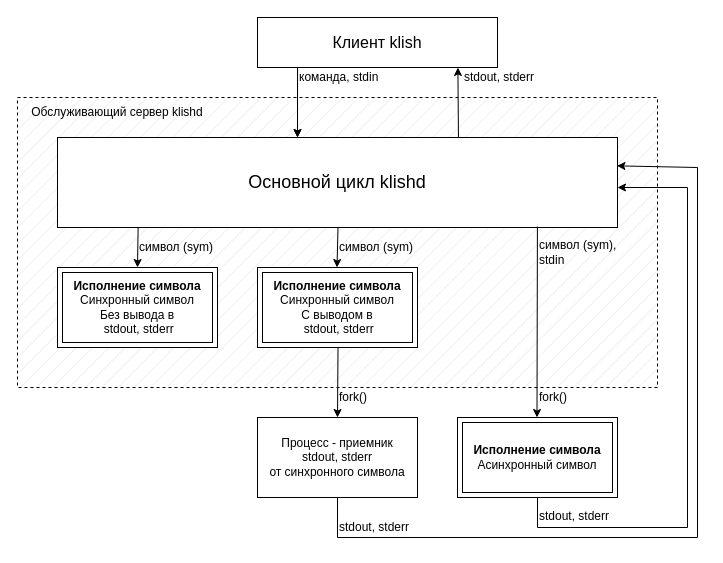
Above: docs/klish-exec.drawio in nawawi/klish (draw.io), before the change. Source tidied: cells renumbered, new cells numbered last; positions are measured from the earlier drawing's top-left corner, leaving out a move shared by most shapes. Both pictures are drawn from the tidied source at 100%, with x=0, y=0 at pixel (17, 17).
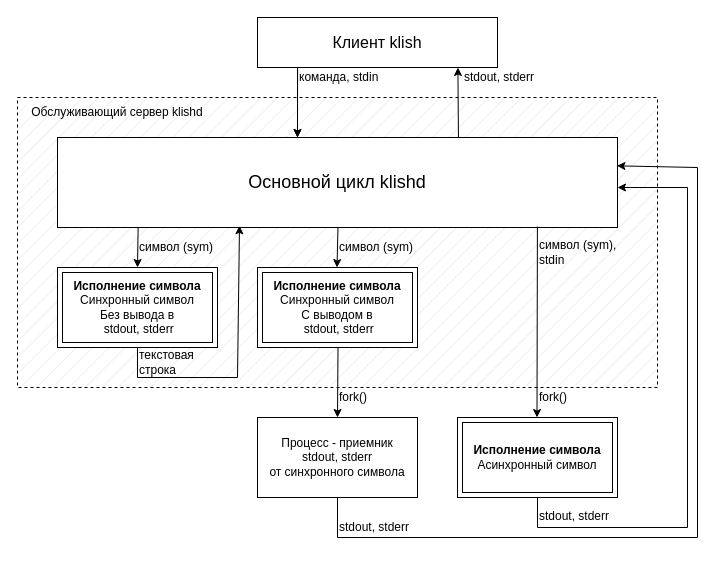
The same diagram, later.

Commit message (it also covers changes not shown here):
doc: Fix klish-exec picture

The change refers to these unchanged cells:
```xml
<mxCell id="4" value="&lt;font style=&quot;font-size: 18px;&quot;&gt;Основной цикл klishd&lt;/font&gt;" style="whiteSpace=wrap;html=1;align=center;" parent="1" vertex="1">
  <mxGeometry x="40" y="120" width="560" height="90" as="geometry" />
</mxCell>
<mxCell id="5" value="&lt;b&gt;Исполнение символа&lt;br&gt;&lt;/b&gt;Синхронный символ&lt;br&gt;Без вывода в&lt;br&gt;&amp;nbsp;stdout, stderr" style="shape=ext;margin=3;double=1;whiteSpace=wrap;html=1;align=center;" parent="1" vertex="1">
  <mxGeometry x="40" y="250" width="160" height="80" as="geometry" />
</mxCell>
```

The edit, as a diff of the source:
```diff
@@
+    <mxCell id="28" style="endArrow=classic;html=1;rounded=0;exitX=0.5;exitY=1;exitDx=0;exitDy=0;entryX=0.325;entryY=0.981;entryDx=0;entryDy=0;entryPerimeter=0;" parent="1" edge="1" source="5" target="4">
+      <mxGeometry relative="1" as="geometry">
+        <Array as="points">
+          <mxPoint x="120" y="360" />
+          <mxPoint x="220" y="360" />
+        </Array>
+      </mxGeometry>
+    </mxCell>
+    <mxCell id="29" value="текстовая строка" style="text;html=1;align=left;verticalAlign=middle;whiteSpace=wrap;rounded=0;" parent="1" vertex="1">
+      <mxGeometry x="120" y="330" width="90" height="30" as="geometry" />
+    </mxCell>
```
